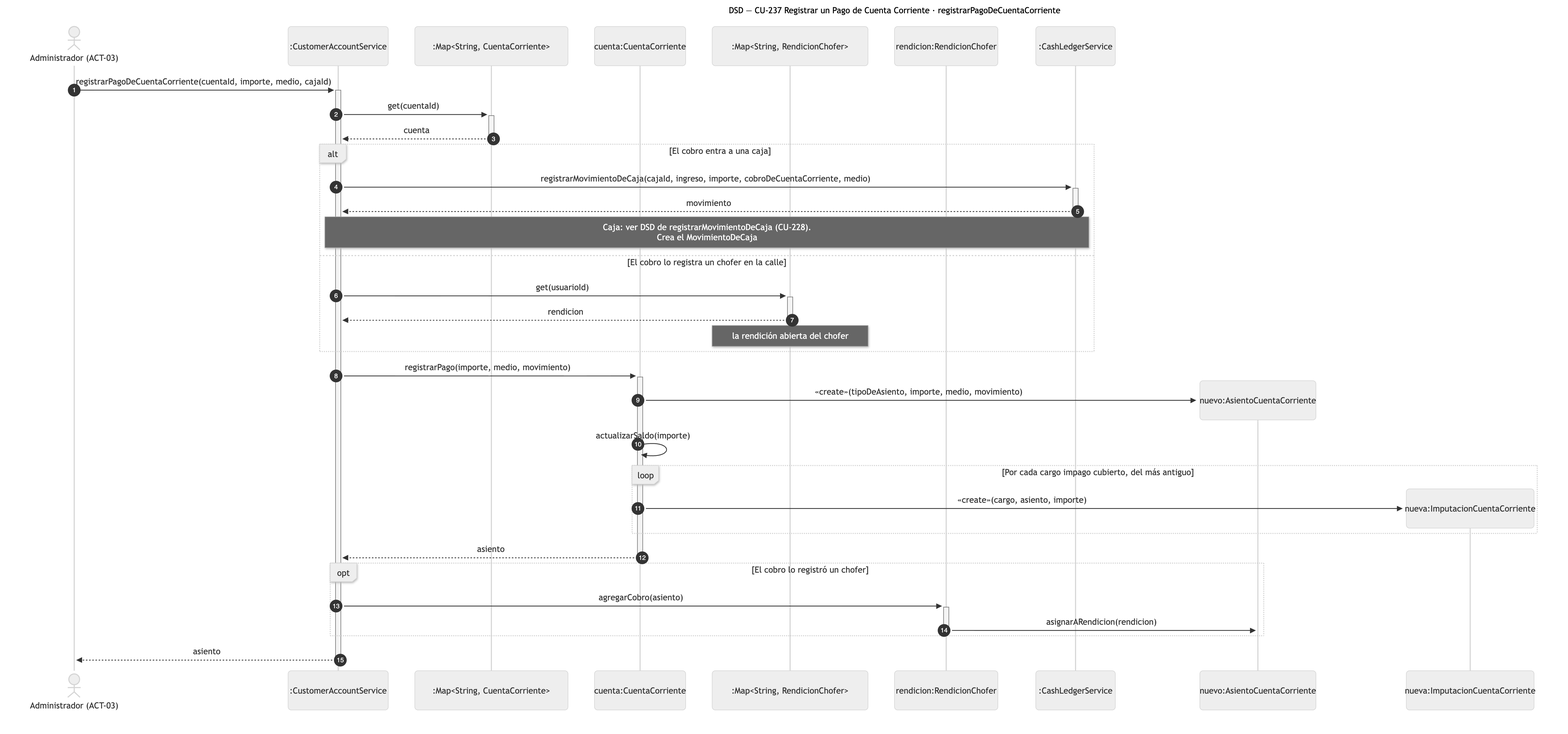
This is diagramas/png/DSD_CU-237_registrarPagoDeCuentaCorriente.png from Nahuelito-Dev/splg-docs, a Mermaid export, as it was before one commit. Its source is kept beside it as diagramas/DSD_CU-237_registrarPagoDeCuentaCorriente.mmd.
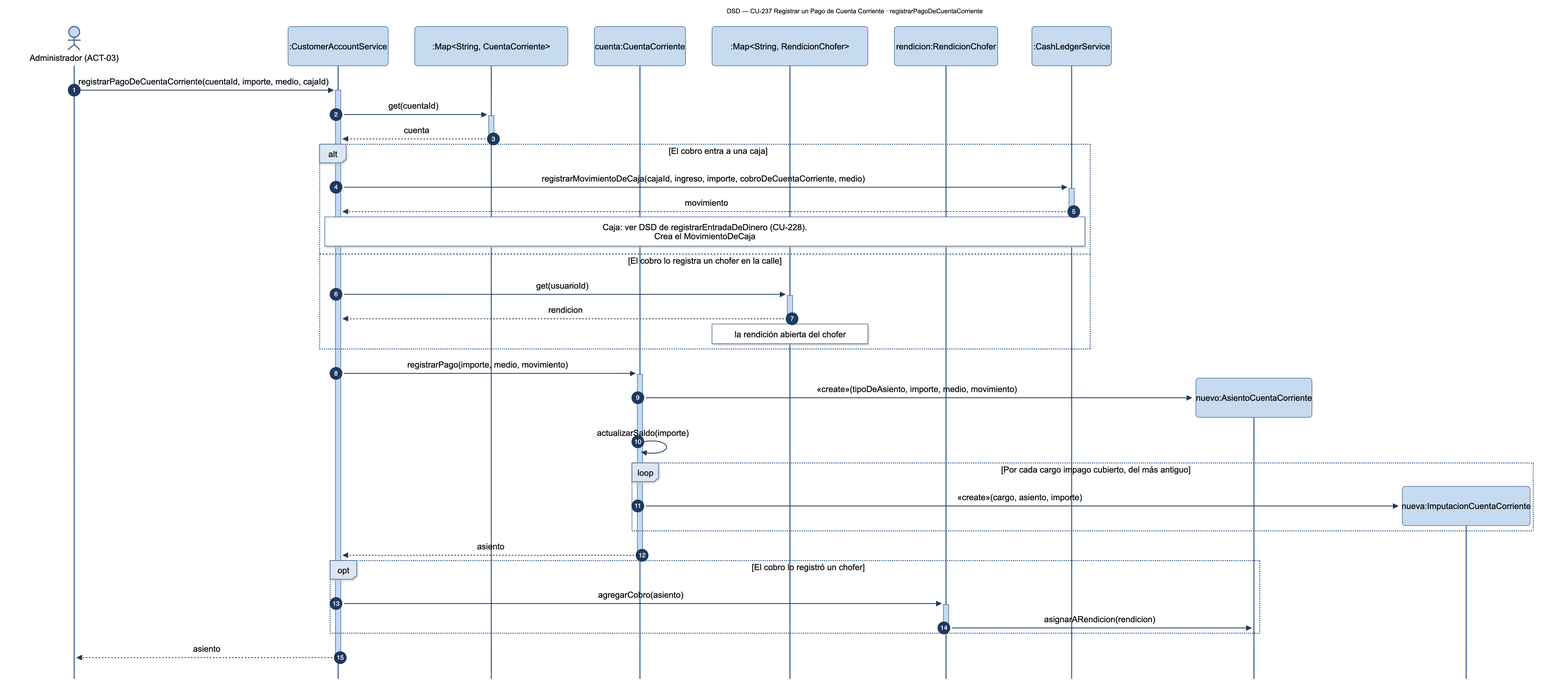
The same diagram one commit later.

What changed in the source:
```diff
@@ -15,7 +15,7 @@
     alt El cobro entra a una caja
         SRV->>+LDG: registrarMovimientoDeCaja(cajaId, ingreso, importe, cobroDeCuentaCorriente, medio)
         LDG-->>-SRV: movimiento
-        Note over SRV,LDG: Caja: ver DSD de registrarMovimientoDeCaja (CU-228).<br/>Crea el MovimientoDeCaja
+        Note over SRV,LDG: Caja: ver DSD de registrarEntradaDeDinero (CU-228).<br/>Crea el MovimientoDeCaja
     else El cobro lo registra un chofer en la calle
         SRV->>+RENS: get(usuarioId)
         RENS-->>-SRV: rendicion
```
